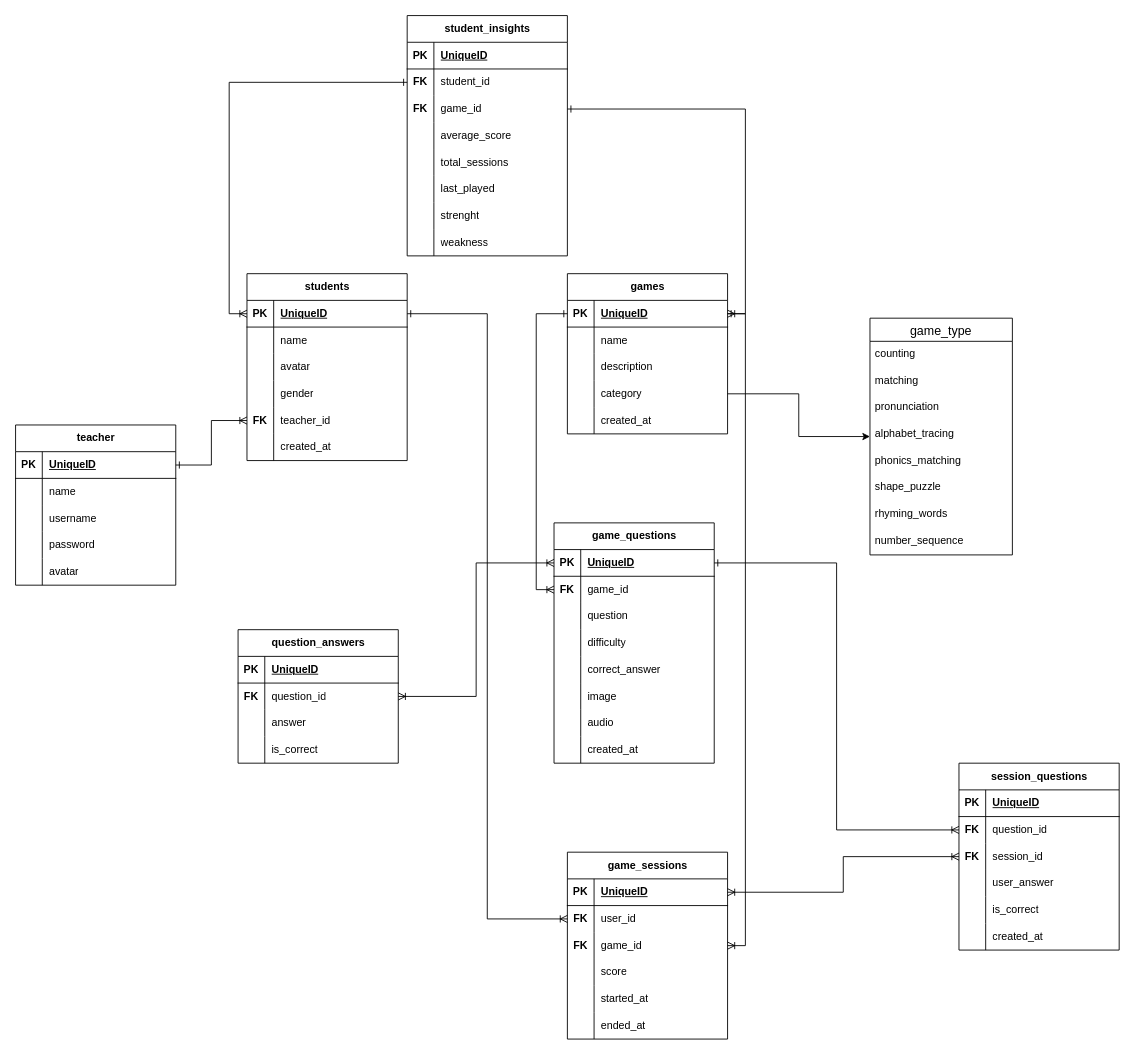
Earlier version of the draw.io diagram docs/kidtastic_erd.drawio (5kydriven/kidtastic_flutter). Source tidied: cells renumbered, new cells numbered last; positions are measured from the earlier drawing's top-left corner, leaving out a move shared by most shapes. Both pictures are drawn from the tidied source at 89%, with x=0, y=0 at pixel (15, 15).
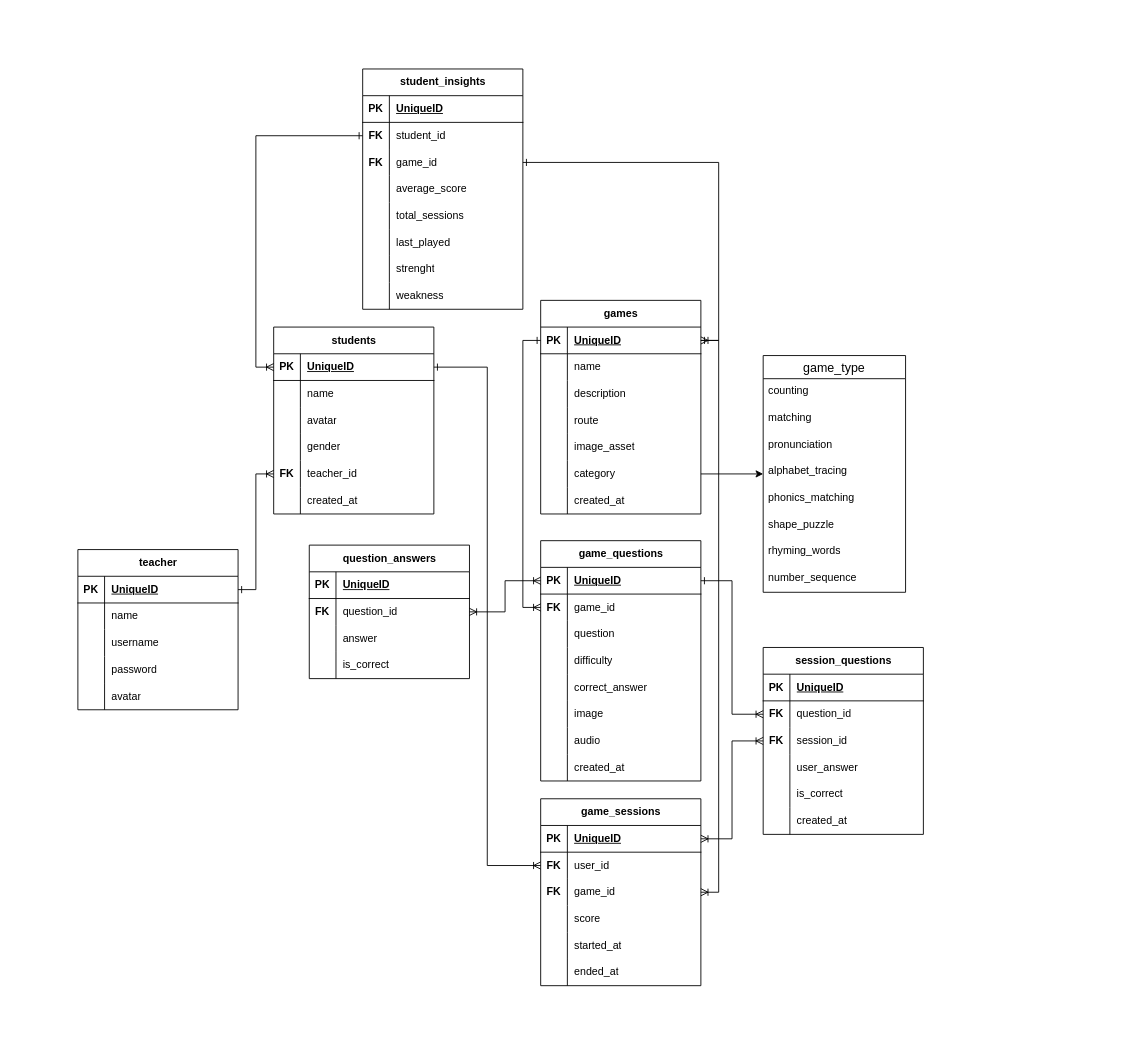
Above is the later version.

Change to the diagram source:
```diff
@@
     <mxCell id="2" value="students" style="shape=table;startSize=30;childLayout=tableLayout;rowLines=0;fontStyle=1;align=center;html=1;" parent="1" vertex="1">
-      <mxGeometry x="260" y="290" width="180" height="210" as="geometry" />
+      <mxGeometry x="290" y="350" width="180" height="210" as="geometry" />
     </mxCell>
@@
     <mxCell id="21" value="games" style="shape=table;startSize=30;childLayout=tableLayout;rowLines=0;fontStyle=1;align=center;html=1;" parent="1" vertex="1">
-      <mxGeometry x="620" y="290" width="180" height="180" as="geometry" />
+      <mxGeometry x="590" y="320" width="180" height="240" as="geometry" />
     </mxCell>
@@
+    <mxCell id="173" style="shape=tableRow;horizontal=0;startSize=0;swimlaneHead=0;swimlaneBody=0;fillColor=none;top=0;left=0;right=0;bottom=0;" parent="21" vertex="1">
+      <mxGeometry y="120" width="180" height="30" as="geometry" />
+    </mxCell>
+    <mxCell id="174" style="shape=partialRectangle;fillColor=none;top=0;left=0;bottom=0;right=0;overflow=hidden;whiteSpace=wrap;html=1;" parent="173" vertex="1">
+      <mxGeometry width="30" height="30" as="geometry" />
+    </mxCell>
+    <mxCell id="175" value="route" style="shape=partialRectangle;fillColor=none;top=0;left=0;bottom=0;right=0;align=left;spacingLeft=6;overflow=hidden;whiteSpace=wrap;html=1;" parent="173" vertex="1">
+      <mxGeometry x="30" width="150" height="30" as="geometry" />
+    </mxCell>
+    <mxCell id="176" style="shape=tableRow;horizontal=0;startSize=0;swimlaneHead=0;swimlaneBody=0;fillColor=none;top=0;left=0;right=0;bottom=0;" parent="21" vertex="1">
+      <mxGeometry y="150" width="180" height="30" as="geometry" />
+    </mxCell>
+    <mxCell id="177" style="shape=partialRectangle;fillColor=none;top=0;left=0;bottom=0;right=0;overflow=hidden;whiteSpace=wrap;html=1;" parent="176" vertex="1">
+      <mxGeometry width="30" height="30" as="geometry" />
+    </mxCell>
+    <mxCell id="178" value="image_asset" style="shape=partialRectangle;fillColor=none;top=0;left=0;bottom=0;right=0;align=left;spacingLeft=6;overflow=hidden;whiteSpace=wrap;html=1;" parent="176" vertex="1">
+      <mxGeometry x="30" width="150" height="30" as="geometry" />
+    </mxCell>
     <mxCell id="31" style="shape=tableRow;horizontal=0;startSize=0;swimlaneHead=0;swimlaneBody=0;fillColor=none;points=[[0,0.5],[1,0.5]];portConstraint=eastwest;top=0;left=0;right=0;bottom=0;" parent="21" vertex="1">
-      <mxGeometry y="120" width="180" height="30" as="geometry" />
+      <mxGeometry y="180" width="180" height="30" as="geometry" />
     </mxCell>
@@
     <mxCell id="34" style="shape=tableRow;horizontal=0;startSize=0;swimlaneHead=0;swimlaneBody=0;fillColor=none;top=0;left=0;right=0;bottom=0;" parent="21" vertex="1">
-      <mxGeometry y="150" width="180" height="30" as="geometry" />
+      <mxGeometry y="210" width="180" height="30" as="geometry" />
     </mxCell>
@@
     <mxCell id="37" value="game_questions" style="shape=table;startSize=30;childLayout=tableLayout;rowLines=0;fontStyle=1;align=center;html=1;" parent="1" vertex="1">
-      <mxGeometry x="605" y="570" width="180" height="270" as="geometry" />
+      <mxGeometry x="590" y="590" width="180" height="270" as="geometry" />
     </mxCell>
@@
     <mxCell id="63" value="game_sessions" style="shape=table;startSize=30;childLayout=tableLayout;rowLines=0;fontStyle=1;align=center;html=1;" parent="1" vertex="1">
-      <mxGeometry x="620" y="940" width="180" height="210" as="geometry" />
+      <mxGeometry x="590" y="880" width="180" height="210" as="geometry" />
     </mxCell>
@@
     <mxCell id="84" value="session_questions" style="shape=table;startSize=30;childLayout=tableLayout;rowLines=0;fontStyle=1;align=center;html=1;" parent="1" vertex="1">
-      <mxGeometry x="1060" y="840" width="180" height="210" as="geometry" />
+      <mxGeometry x="840" y="710" width="180" height="210" as="geometry" />
     </mxCell>
@@
     <mxCell id="105" value="question_answers" style="shape=table;startSize=30;childLayout=tableLayout;rowLines=0;fontStyle=1;align=center;html=1;" parent="1" vertex="1">
-      <mxGeometry x="250" y="690" width="180" height="150" as="geometry" />
+      <mxGeometry x="330" y="595" width="180" height="150" as="geometry" />
     </mxCell>
@@
     <mxCell id="119" value="game_type" style="swimlane;fontStyle=0;horizontal=1;startSize=26;align=center;fontSize=14;" parent="1" vertex="1">
-      <mxGeometry x="960" y="340" width="160" height="266" as="geometry" />
+      <mxGeometry x="840" y="382" width="160" height="266" as="geometry" />
     </mxCell>
@@
     <mxCell id="129" value="teacher" style="shape=table;startSize=30;childLayout=tableLayout;rowLines=0;fontStyle=1;align=center;html=1;" parent="1" vertex="1">
-      <mxGeometry y="460" width="180" height="180" as="geometry" />
+      <mxGeometry x="70" y="600" width="180" height="180" as="geometry" />
     </mxCell>
@@
     <mxCell id="146" value="student_insights" style="shape=table;startSize=30;childLayout=tableLayout;rowLines=0;fontStyle=1;align=center;html=1;" parent="1" vertex="1">
-      <mxGeometry x="440" width="180" height="270" as="geometry" />
+      <mxGeometry x="390" y="60" width="180" height="270" as="geometry" />
     </mxCell>
```
